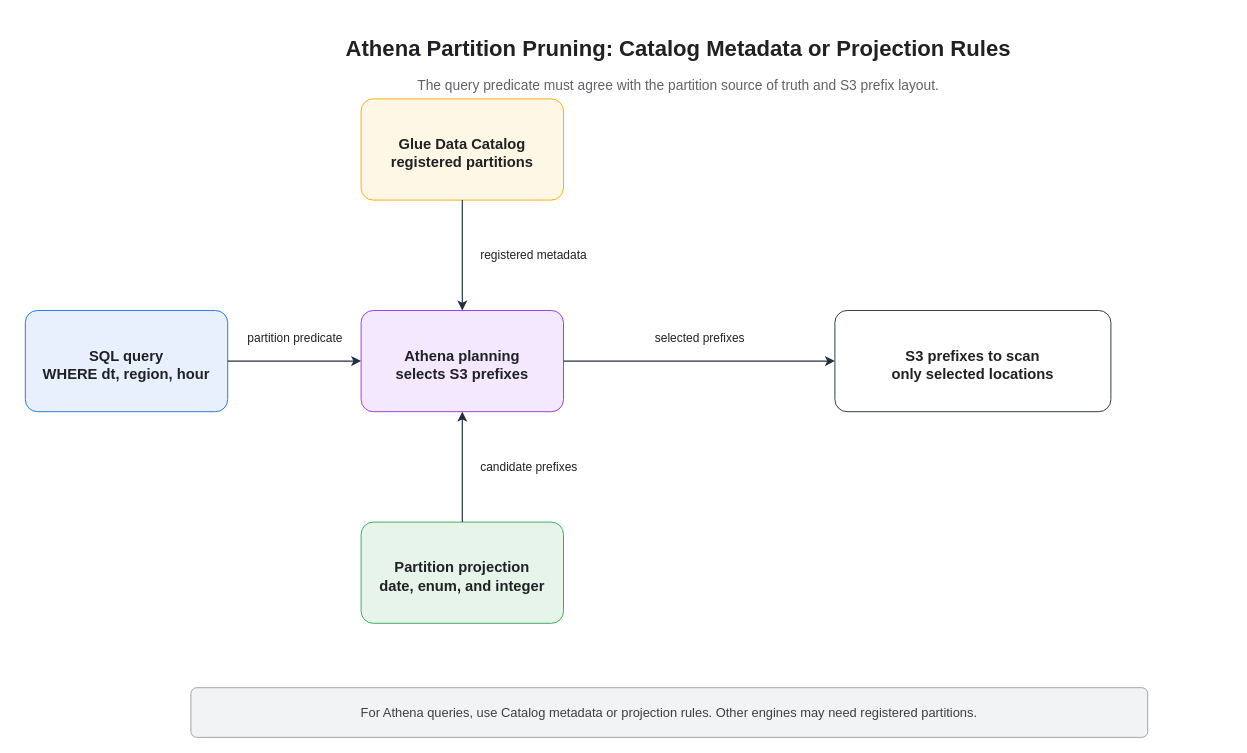
KKamJi98/kkamji98.github.io keeps this draw.io diagram as assets/img/aws/aws-glue-partitioning-pruning-flow.drawio. Above is the earlier version. Source tidied: cells renumbered, new cells numbered last; positions are measured from the earlier drawing's top-left corner, leaving out a move shared by most shapes. Both pictures are drawn from the tidied source at 92%, with x=0, y=0 at pixel (25, 29).
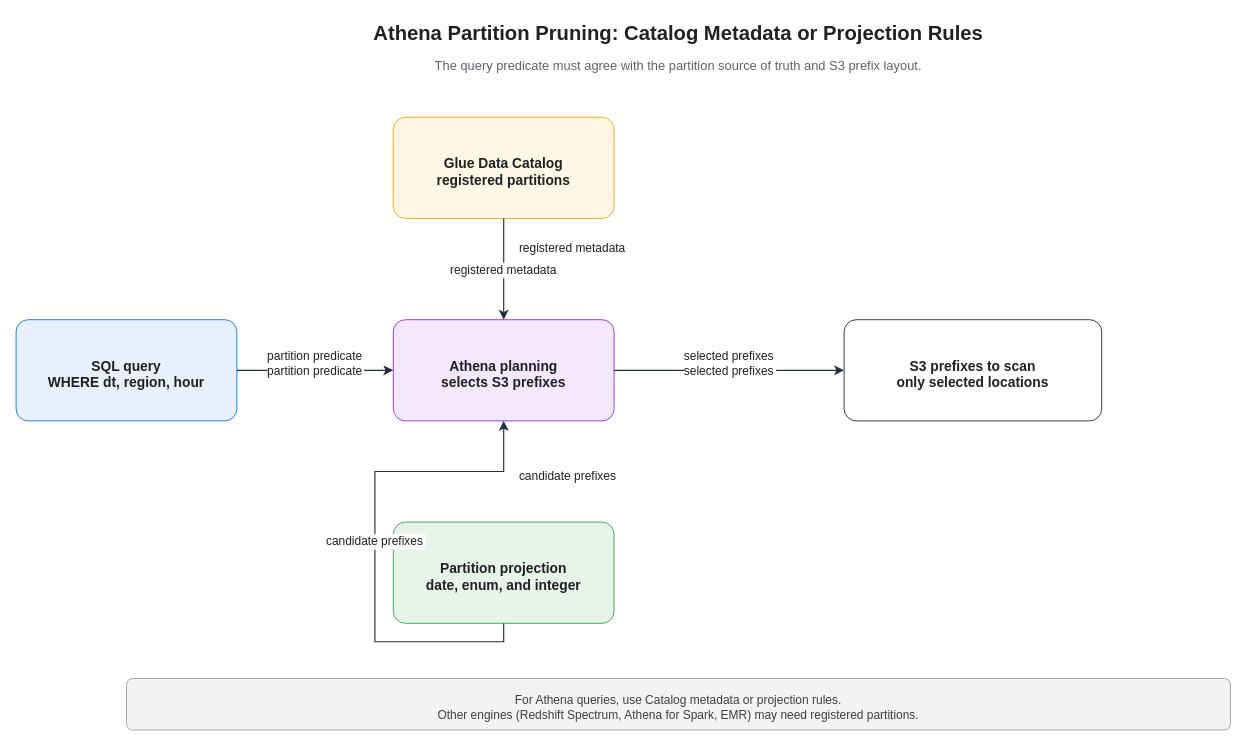
The same diagram, later.

Commit message (it also covers changes not shown here):
fix: rewrite Glue pruning diagram with headless-safe labels

All edge html=1 removed (root cause of label rendering breakage).
Edge labels split into independent text vertices with opaque white
background for headless renderer compatibility. Intent JSON added
for structural verification. All 24 profile checks and SVG label
gate pass; OCR confirms labels readable with no markup leaks.

Change to the diagram source:
```diff
@@
 <mxGraphModel>
   <root>
     <mxCell id="0" />
     <mxCell id="1" parent="0" />
-    <mxCell id="2" value="Athena Partition Pruning: Catalog Metadata or Projection Rules" style="text;html=0;strokeColor=none;fillColor=none;align=center;verticalAlign=middle;fontColor=#202124;fontSize=24;fontStyle=1;" parent="1" vertex="1">
-      <mxGeometry x="190" width="1040" height="36" as="geometry" />
+    <mxCell id="2" value="Athena Partition Pruning: Catalog Metadata or Projection Rules" style="text;html=0;strokeColor=none;fillColor=none;align=center;verticalAlign=middle;fontColor=#202124;fontSize=22;fontStyle=1;" parent="1" vertex="1">
+      <mxGeometry x="110" y="-15" width="1200" height="34" as="geometry" />
     </mxCell>
-    <mxCell id="3" value="The query predicate must agree with the partition source of truth and S3 prefix layout." style="text;html=0;strokeColor=none;fillColor=none;align=center;verticalAlign=middle;fontColor=#5f6368;fontSize=15;" parent="1" vertex="1">
-      <mxGeometry x="210" y="44" width="1000" height="30" as="geometry" />
+    <mxCell id="3" value="The query predicate must agree with the partition source of truth and S3 prefix layout." style="text;html=0;strokeColor=none;fillColor=none;align=center;verticalAlign=middle;fontColor=#5f6368;fontSize=14;" parent="1" vertex="1">
+      <mxGeometry x="160" y="25" width="1100" height="26" as="geometry" />
     </mxCell>
-    <mxCell id="4" value="SQL query&#10;WHERE dt, region, hour" style="rounded=1;whiteSpace=wrap;html=0;fillColor=#e8f0fe;strokeColor=#1a73e8;fontColor=#202124;fontSize=16;fontStyle=1;arcSize=12;spacingTop=8;" parent="1" vertex="1">
-      <mxGeometry y="305" width="220" height="110" as="geometry" />
+    <mxCell id="4" value="SQL query&#10;WHERE dt, region, hour" style="rounded=1;whiteSpace=wrap;html=0;fillColor=#e8f0fe;strokeColor=#1a73e8;fontColor=#202124;fontSize=15;fontStyle=1;arcSize=12;spacingTop=8;" parent="1" vertex="1">
+      <mxGeometry x="-10" y="315" width="240" height="110" as="geometry" />
     </mxCell>
-    <mxCell id="5" value="Glue Data Catalog&#10;registered partitions" style="rounded=1;whiteSpace=wrap;html=0;fillColor=#fff7e6;strokeColor=#f9ab00;fontColor=#202124;fontSize=16;fontStyle=1;arcSize=12;spacingTop=8;" parent="1" vertex="1">
-      <mxGeometry x="365" y="75" width="220" height="110" as="geometry" />
+    <mxCell id="5" value="Glue Data Catalog&#10;registered partitions" style="rounded=1;whiteSpace=wrap;html=0;fillColor=#fff7e6;strokeColor=#f9ab00;fontColor=#202124;fontSize=15;fontStyle=1;arcSize=12;spacingTop=8;" parent="1" vertex="1">
+      <mxGeometry x="400" y="95" width="240" height="110" as="geometry" />
     </mxCell>
-    <mxCell id="6" value="Athena planning&#10;selects S3 prefixes" style="rounded=1;whiteSpace=wrap;html=0;fillColor=#f3e8fd;strokeColor=#9334e6;fontColor=#202124;fontSize=16;fontStyle=1;arcSize=12;spacingTop=8;" parent="1" vertex="1">
-      <mxGeometry x="365" y="305" width="220" height="110" as="geometry" />
+    <mxCell id="6" value="Athena planning&#10;selects S3 prefixes" style="rounded=1;whiteSpace=wrap;html=0;fillColor=#f3e8fd;strokeColor=#9334e6;fontColor=#202124;fontSize=15;fontStyle=1;arcSize=12;spacingTop=8;" parent="1" vertex="1">
+      <mxGeometry x="400" y="315" width="240" height="110" as="geometry" />
     </mxCell>
-    <mxCell id="7" value="Partition projection&#10;date, enum, and integer" style="rounded=1;whiteSpace=wrap;html=0;fillColor=#e6f4ea;strokeColor=#34a853;fontColor=#202124;fontSize=16;fontStyle=1;arcSize=12;spacingTop=8;" parent="1" vertex="1">
-      <mxGeometry x="365" y="535" width="220" height="110" as="geometry" />
+    <mxCell id="7" value="Partition projection&#10;date, enum, and integer" style="rounded=1;whiteSpace=wrap;html=0;fillColor=#e6f4ea;strokeColor=#34a853;fontColor=#202124;fontSize=15;fontStyle=1;arcSize=12;spacingTop=8;" parent="1" vertex="1">
+      <mxGeometry x="400" y="535" width="240" height="110" as="geometry" />
     </mxCell>
-    <mxCell id="8" value="S3 prefixes to scan&#10;only selected locations" style="rounded=1;whiteSpace=wrap;html=0;fillColor=#ffffff;strokeColor=#232f3e;fontColor=#202124;fontSize=16;fontStyle=1;arcSize=12;spacingTop=8;" parent="1" vertex="1">
-      <mxGeometry x="880" y="305" width="300" height="110" as="geometry" />
+    <mxCell id="8" value="S3 prefixes to scan&#10;only selected locations" style="rounded=1;whiteSpace=wrap;html=0;fillColor=#ffffff;strokeColor=#232f3e;fontColor=#202124;fontSize=15;fontStyle=1;arcSize=12;spacingTop=8;" parent="1" vertex="1">
+      <mxGeometry x="890" y="315" width="280" height="110" as="geometry" />
     </mxCell>
-    <mxCell id="9" value="For Athena queries, use Catalog metadata or projection rules. Other engines may need registered partitions." style="rounded=1;whiteSpace=wrap;html=0;fillColor=#f1f3f4;strokeColor=#9aa0a6;fontColor=#3c4043;fontSize=14;arcSize=12;" parent="1" vertex="1">
-      <mxGeometry x="180" y="715" width="1040" height="54" as="geometry" />
+    <mxCell id="9" value="For Athena queries, use Catalog metadata or projection rules.&#10;Other engines (Redshift Spectrum, Athena for Spark, EMR) may need registered partitions." style="rounded=1;whiteSpace=wrap;html=0;fillColor=#f1f3f4;strokeColor=#9aa0a6;fontColor=#3c4043;fontSize=13;arcSize=12;spacingTop=6;" parent="1" vertex="1">
+      <mxGeometry x="110" y="705" width="1200" height="56" as="geometry" />
     </mxCell>
-    <mxCell id="10" value="partition predicate" style="edgeStyle=orthogonalEdgeStyle;rounded=0;jettySize=auto;html=1;endArrow=classic;endFill=1;endSize=7;strokeWidth=1.25;strokeColor=#232F3E;fontColor=#202124;fontSize=13;labelBackgroundColor=#ffffff;align=center;verticalAlign=bottom;exitX=1;exitY=0.5;exitPerimeter=1;entryX=0;entryY=0.5;entryPerimeter=1;" parent="1" edge="1" source="4" target="6">
-      <mxGeometry relative="1" as="geometry">
-        <mxPoint y="-14" as="offset" />
-      </mxGeometry>
+    <mxCell id="10" value="partition predicate" style="edgeStyle=orthogonalEdgeStyle;rounded=0;jettySize=auto;html=0;endArrow=classic;endFill=1;endSize=7;strokeWidth=1.25;strokeColor=#232F3E;fontColor=#202124;fontSize=13;labelBackgroundColor=#FFFFFF;exitX=1;exitY=0.5;exitPerimeter=1;entryX=0;entryY=0.5;entryPerimeter=1;" parent="1" edge="1" source="4" target="6">
+      <mxGeometry relative="1" as="geometry" />
     </mxCell>
-    <mxCell id="11" value="registered metadata" style="edgeStyle=orthogonalEdgeStyle;rounded=0;jettySize=auto;html=1;endArrow=classic;endFill=1;endSize=7;strokeWidth=1.25;strokeColor=#232F3E;fontColor=#202124;fontSize=13;labelBackgroundColor=#ffffff;align=left;verticalAlign=middle;exitX=0.5;exitY=1;exitPerimeter=1;entryX=0.5;entryY=0;entryPerimeter=1;" parent="1" edge="1" source="5" target="6">
-      <mxGeometry relative="1" as="geometry">
-        <mxPoint x="18" as="offset" />
-      </mxGeometry>
+    <mxCell id="11" value="registered metadata" style="edgeStyle=orthogonalEdgeStyle;rounded=0;jettySize=auto;html=0;endArrow=classic;endFill=1;endSize=7;strokeWidth=1.25;strokeColor=#232F3E;fontColor=#202124;fontSize=13;labelBackgroundColor=#FFFFFF;exitX=0.5;exitY=1;exitPerimeter=1;entryX=0.5;entryY=0;entryPerimeter=1;" parent="1" edge="1" source="5" target="6">
+      <mxGeometry relative="1" as="geometry" />
     </mxCell>
-    <mxCell id="12" value="candidate prefixes" style="edgeStyle=orthogonalEdgeStyle;rounded=0;jettySize=auto;html=1;endArrow=classic;endFill=1;endSize=7;strokeWidth=1.25;strokeColor=#232F3E;fontColor=#202124;fontSize=13;labelBackgroundColor=#ffffff;align=left;verticalAlign=middle;exitX=0.5;exitY=0;exitPerimeter=1;entryX=0.5;entryY=1;entryPerimeter=1;" parent="1" edge="1" source="7" target="6">
-      <mxGeometry relative="1" as="geometry">
-        <mxPoint x="18" as="offset" />
-      </mxGeometry>
+    <mxCell id="12" value="candidate prefixes" style="edgeStyle=orthogonalEdgeStyle;rounded=0;jettySize=auto;html=0;endArrow=classic;endFill=1;endSize=7;strokeWidth=1.25;strokeColor=#232F3E;fontColor=#202124;fontSize=13;labelBackgroundColor=#FFFFFF;exitX=0.5;exitY=1;exitPerimeter=1;entryX=0.5;entryY=1;entryPerimeter=1;" parent="1" edge="1" source="7" target="6">
+      <mxGeometry relative="1" as="geometry" />
     </mxCell>
-    <mxCell id="13" value="selected prefixes" style="edgeStyle=orthogonalEdgeStyle;rounded=0;jettySize=auto;html=1;endArrow=classic;endFill=1;endSize=7;strokeWidth=1.25;strokeColor=#232F3E;fontColor=#202124;fontSize=13;labelBackgroundColor=#ffffff;align=center;verticalAlign=bottom;exitX=1;exitY=0.5;exitPerimeter=1;entryX=0;entryY=0.5;entryPerimeter=1;" parent="1" edge="1" source="6" target="8">
-      <mxGeometry relative="1" as="geometry">
-        <mxPoint y="-14" as="offset" />
-      </mxGeometry>
+    <mxCell id="13" value="selected prefixes" style="edgeStyle=orthogonalEdgeStyle;rounded=0;jettySize=auto;html=0;endArrow=classic;endFill=1;endSize=7;strokeWidth=1.25;strokeColor=#232F3E;fontColor=#202124;fontSize=13;labelBackgroundColor=#FFFFFF;exitX=1;exitY=0.5;exitPerimeter=1;entryX=0;entryY=0.5;entryPerimeter=1;" parent="1" edge="1" source="6" target="8">
+      <mxGeometry relative="1" as="geometry" />
     </mxCell>
+    <mxCell id="14" value="partition predicate" style="text;html=0;strokeColor=none;fillColor=#FFFFFF;align=center;verticalAlign=middle;fontColor=#202124;fontSize=13;" parent="1" vertex="1">
+      <mxGeometry x="240" y="343" width="150" height="22" as="geometry" />
+    </mxCell>
+    <mxCell id="15" value="registered metadata" style="text;html=0;strokeColor=none;fillColor=#FFFFFF;align=left;verticalAlign=middle;fontColor=#202124;fontSize=13;" parent="1" vertex="1">
+      <mxGeometry x="535" y="225" width="170" height="22" as="geometry" />
+    </mxCell>
+    <mxCell id="16" value="candidate prefixes" style="text;html=0;strokeColor=none;fillColor=#FFFFFF;align=left;verticalAlign=middle;fontColor=#202124;fontSize=13;" parent="1" vertex="1">
+      <mxGeometry x="535" y="473" width="160" height="22" as="geometry" />
+    </mxCell>
+    <mxCell id="17" value="selected prefixes" style="text;html=0;strokeColor=none;fillColor=#FFFFFF;align=center;verticalAlign=middle;fontColor=#202124;fontSize=13;" parent="1" vertex="1">
+      <mxGeometry x="690" y="343" width="150" height="22" as="geometry" />
+    </mxCell>
   </root>
 </mxGraphModel>
```
